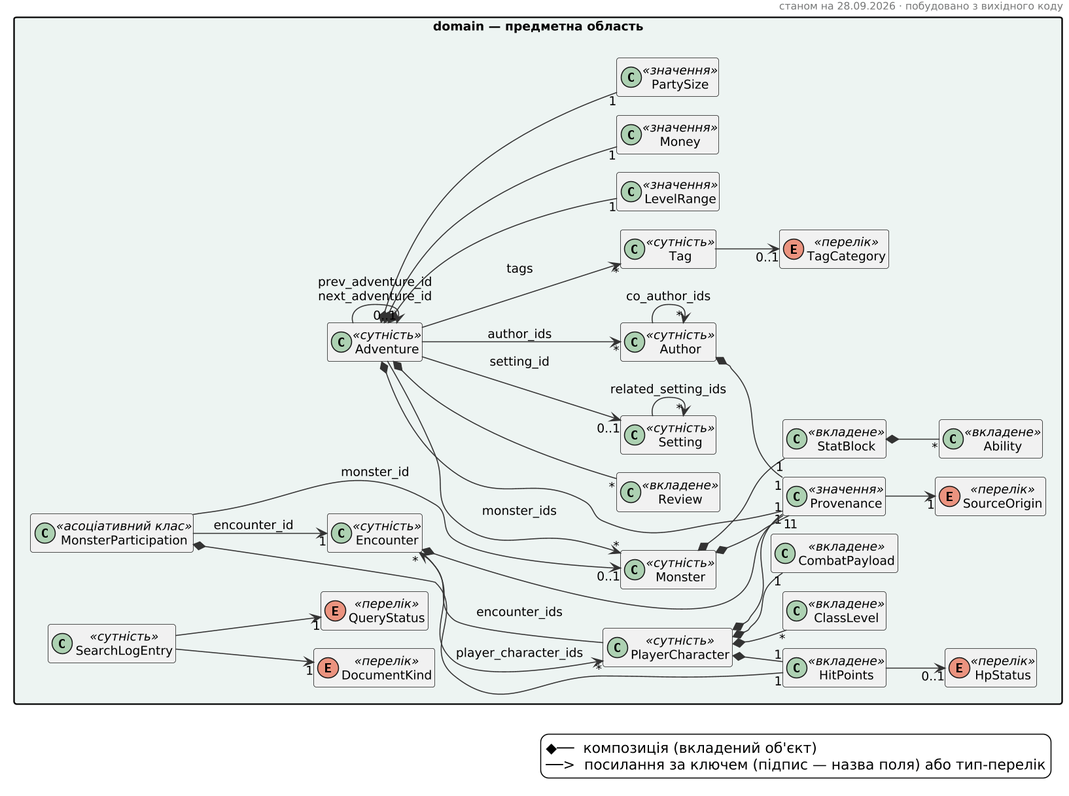
The PlantUML diagram docs/diagrams/02-domain-model.png in Oleksiiska/DB_coursework_D-D, before a commit. Its diagram source:
```plantuml
@startuml 02-domain-model
skinparam backgroundColor white
skinparam shadowing false
skinparam dpi 150
skinparam defaultFontSize 12
skinparam classAttributeIconSize 0
skinparam packageStyle rectangle
skinparam ArrowColor #333333
skinparam HeaderFontColor #777777
skinparam HeaderFontSize 10
hide empty members

header
станом на 28.09.2026 · побудовано з вихідного коду
endheader

left to right direction
package "domain — предметна область" #EDF4F2 {
class Ability <<вкладене>>
class Adventure <<сутність>>
class Author <<сутність>>
class ClassLevel <<вкладене>>
class CombatPayload <<вкладене>>
class Encounter <<сутність>>
class HitPoints <<вкладене>>
class Monster <<сутність>>
class MonsterParticipation <<асоціативний клас>>
class PlayerCharacter <<сутність>>
class Review <<вкладене>>
class SearchLogEntry <<сутність>>
class Setting <<сутність>>
class StatBlock <<вкладене>>
class Tag <<сутність>>
enum DocumentKind <<перелік>>
enum HpStatus <<перелік>>
class LevelRange <<значення>>
class Money <<значення>>
class PartySize <<значення>>
class Provenance <<значення>>
enum QueryStatus <<перелік>>
enum SourceOrigin <<перелік>>
enum TagCategory <<перелік>>
}
Adventure *-- "1" LevelRange
Adventure *-- "1" Money
Adventure *-- "1" PartySize
Adventure *-- "1" Provenance
Adventure *-- "*" Review
Author *-- "1" Provenance
Encounter *-- "1" Provenance
Monster *-- "1" Provenance
Monster *-- "1" StatBlock
MonsterParticipation *-- "1" HitPoints
PlayerCharacter *-- "*" ClassLevel
PlayerCharacter *-- "1" CombatPayload
PlayerCharacter *-- "1" HitPoints
PlayerCharacter *-- "1" Provenance
StatBlock *-- "*" Ability
HitPoints --> "0..1" HpStatus
Provenance --> "1" SourceOrigin
SearchLogEntry --> "1" DocumentKind
SearchLogEntry --> "1" QueryStatus
Tag --> "0..1" TagCategory
Adventure --> "0..1" Adventure : prev_adventure_id\nnext_adventure_id
Adventure --> "*" Author : author_ids
Adventure --> "*" Monster : monster_ids
Adventure --> "0..1" Setting : setting_id
Adventure --> "*" Tag : tags
Author --> "*" Author : co_author_ids
Encounter --> "*" PlayerCharacter : player_character_ids
MonsterParticipation --> "1" Encounter : encounter_id
MonsterParticipation --> "0..1" Monster : monster_id
PlayerCharacter --> "*" Encounter : encounter_ids
Setting --> "*" Setting : related_setting_ids
legend right
  ◆──  композиція (вкладений об'єкт)
  ──>  посилання за ключем (підпис — назва поля) або тип-перелік
endlegend
@enduml
```
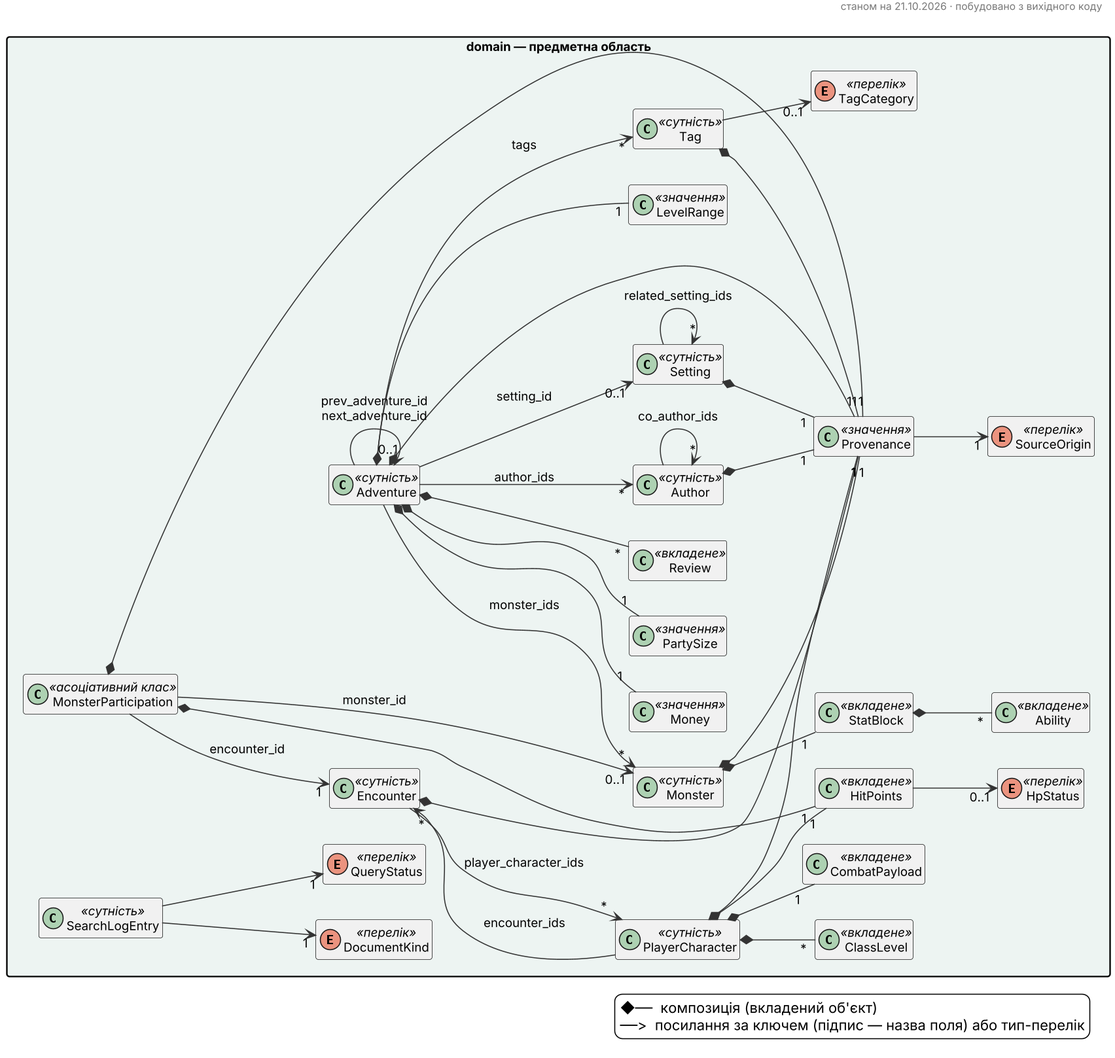
After the change.

The edit, as a diff of the source:
```diff
@@ -11,7 +11,7 @@
 hide empty members
 
 header
-станом на 28.09.2026 · побудовано з вихідного коду
+станом на 21.10.2026 · побудовано з вихідного коду
 endheader
 
 left to right direction
@@ -51,11 +51,14 @@
 Monster *-- "1" Provenance
 Monster *-- "1" StatBlock
 MonsterParticipation *-- "1" HitPoints
+MonsterParticipation *-- "1" Provenance
 PlayerCharacter *-- "*" ClassLevel
 PlayerCharacter *-- "1" CombatPayload
 PlayerCharacter *-- "1" HitPoints
 PlayerCharacter *-- "1" Provenance
+Setting *-- "1" Provenance
 StatBlock *-- "*" Ability
+Tag *-- "1" Provenance
 HitPoints --> "0..1" HpStatus
 Provenance --> "1" SourceOrigin
 SearchLogEntry --> "1" DocumentKind
```
